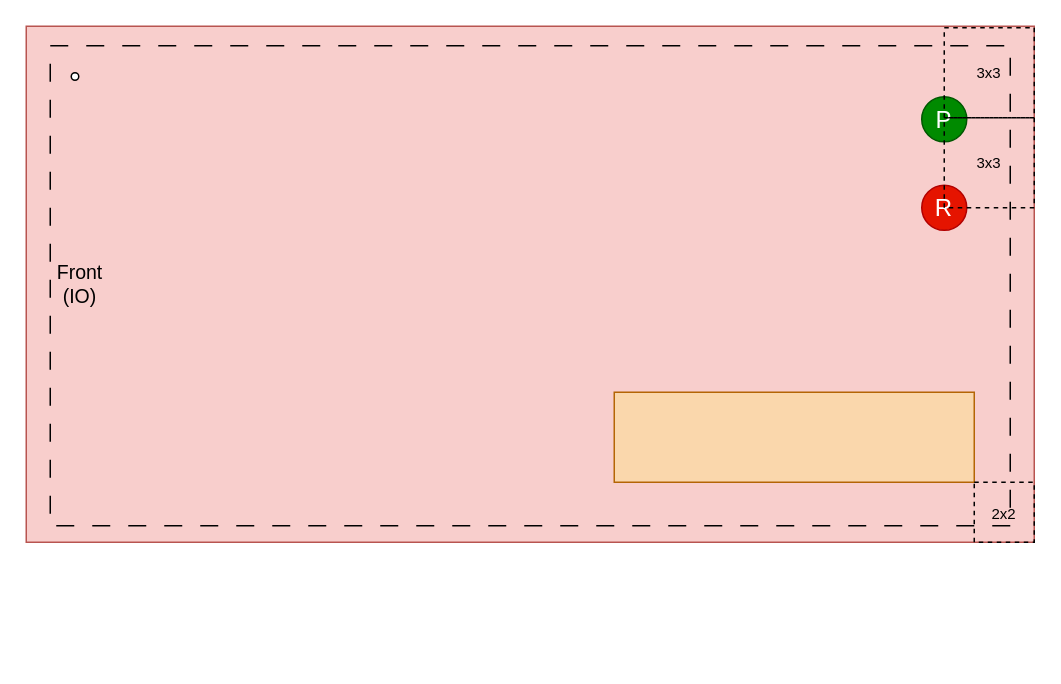
The draw.io diagram page "Front (IO)" (5 of 5) of case.drawio in Dolfost/pccase, before the edit. Source tidied: cells renumbered, new cells numbered last; positions are measured from the earlier drawing's top-left corner, leaving out a move shared by most shapes. Both pictures are drawn from the tidied source at 150%, with x=0, y=0 at pixel (26, 26).
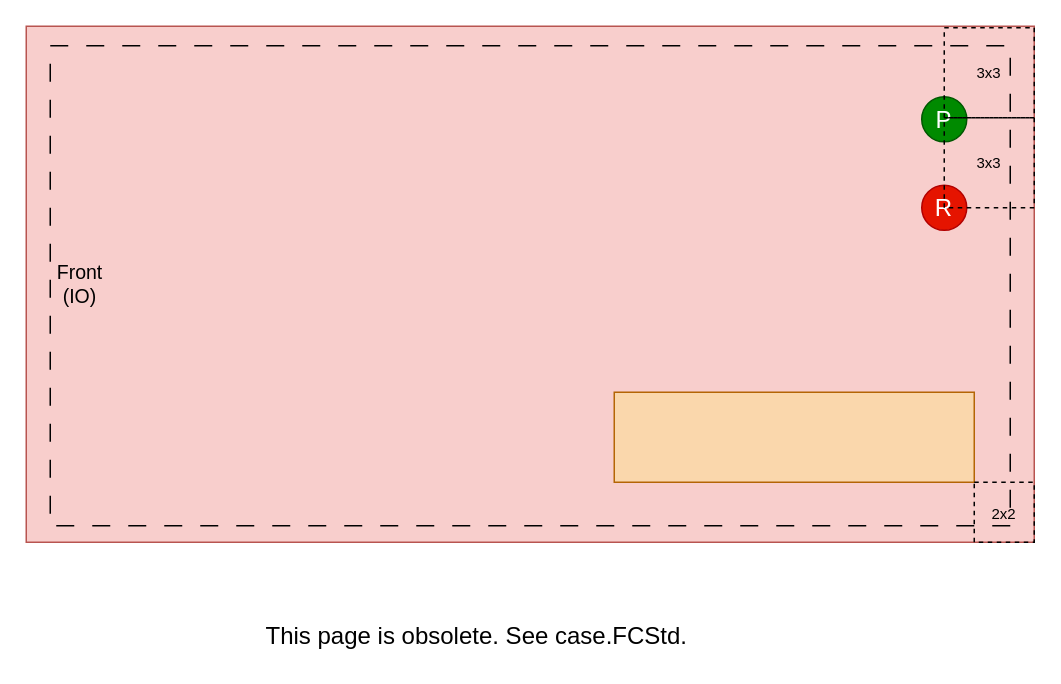
Above is the later version.

Diff of the diagram source:
```diff
@@
 <mxGraphModel>
   <root>
     <mxCell id="0" />
     <mxCell id="1" parent="0" />
     <mxCell id="2" style="group;align=left;fontSize=6;" parent="1" vertex="1">
       <mxGeometry y="1" width="672" height="344" as="geometry" />
     </mxCell>
     <mxCell id="3" value="Front&lt;br style=&quot;font-size: 13px;&quot;&gt;(IO)" style="rounded=0;whiteSpace=wrap;html=1;fontSize=13;fillColor=#f8cecc;strokeColor=#b85450;align=center;spacingLeft=-600;" parent="2" vertex="1">
       <mxGeometry y="-1" width="672" height="344" as="geometry" />
     </mxCell>
     <mxCell id="4" style="rounded=0;whiteSpace=wrap;html=1;fontSize=16;fillColor=none;dashed=1;dashPattern=12 12;" parent="2" vertex="1">
       <mxGeometry x="16" y="12" width="640" height="320" as="geometry" />
     </mxCell>
     <mxCell id="5" style="rounded=0;whiteSpace=wrap;html=1;fontSize=16;fillColor=#fad7ac;strokeColor=#b46504;direction=south;" parent="2" vertex="1">
       <mxGeometry x="392" y="243" width="240" height="60" as="geometry" />
     </mxCell>
     <mxCell id="6" value="R" style="ellipse;whiteSpace=wrap;html=1;fontSize=16;fillColor=#e51400;fontColor=#ffffff;strokeColor=#B20000;" parent="2" vertex="1">
       <mxGeometry x="597" y="105" width="30" height="30" as="geometry" />
     </mxCell>
     <mxCell id="7" value="P" style="ellipse;whiteSpace=wrap;html=1;fontSize=16;fillColor=#008a00;fontColor=#ffffff;strokeColor=#005700;" parent="2" vertex="1">
       <mxGeometry x="597" y="46" width="30" height="30" as="geometry" />
     </mxCell>
     <mxCell id="8" value="&lt;font style=&quot;font-size: 10px;&quot;&gt;2x2&lt;/font&gt;" style="rounded=0;whiteSpace=wrap;html=1;fontSize=13;fillColor=none;dashed=1;" parent="2" vertex="1">
       <mxGeometry x="632" y="303" width="40" height="40" as="geometry" />
     </mxCell>
     <mxCell id="9" value="3x3" style="rounded=0;whiteSpace=wrap;html=1;fontSize=10;fillColor=none;dashed=1;" parent="2" vertex="1">
       <mxGeometry x="612" width="60" height="60" as="geometry" />
     </mxCell>
     <mxCell id="10" value="3x3" style="rounded=0;whiteSpace=wrap;html=1;fontSize=10;fillColor=none;dashed=1;" parent="2" vertex="1">
       <mxGeometry x="612" y="60" width="60" height="60" as="geometry" />
     </mxCell>
-    <mxCell id="11" style="ellipse;whiteSpace=wrap;html=1;fontSize=16;" parent="1" vertex="1">
-      <mxGeometry x="30" y="31" width="5" height="5" as="geometry" />
-    </mxCell>
+    <mxCell id="12" value="This page is obsolete. See case.FCStd." style="text;html=1;align=center;verticalAlign=middle;strokeColor=none;fillColor=none;fontSize=16;" parent="1" vertex="1">
+      <mxGeometry x="150" y="391" width="300" height="30" as="geometry" />
+    </mxCell>
   </root>
 </mxGraphModel>
```
